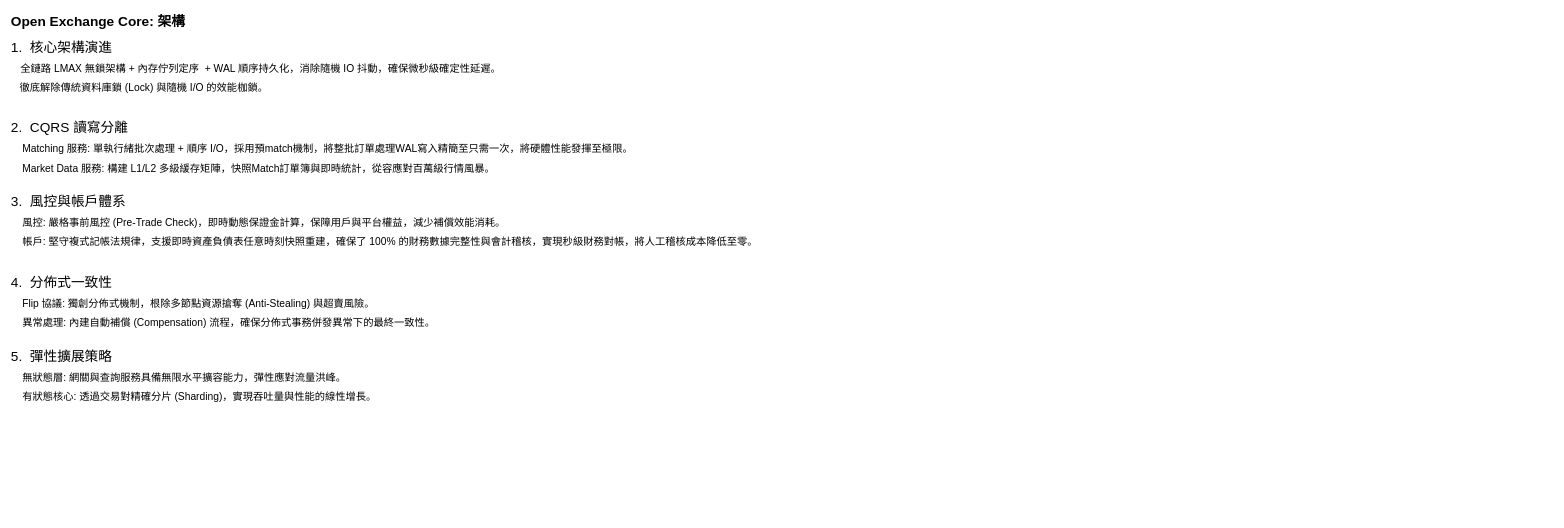
Earlier version of the draw.io diagram doc/架構PTT.drawio (vincentf13/open.vincentf13). Source tidied: cells renumbered, new cells numbered last; positions are measured from the earlier drawing's top-left corner, leaving out a move shared by most shapes. Both pictures are drawn from the tidied source at 57%, with x=0, y=0 at pixel (10, 10).
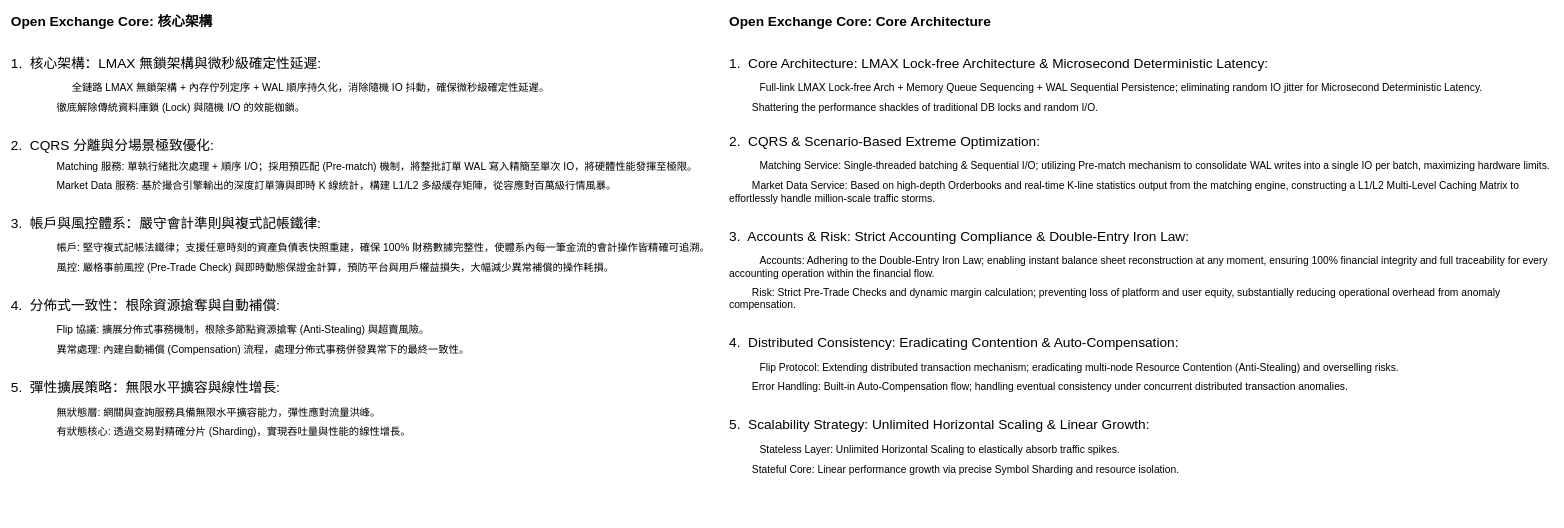
After the change.

The edit, as a diff of the source:
```diff
@@
 <mxGraphModel>
   <root>
     <mxCell id="0" />
     <mxCell id="1" parent="0" />
-    <mxCell id="2" value="&lt;h1 style=&quot;margin-top: 0px;&quot;&gt;Open Exchange Core: 架構&lt;/h1&gt;&lt;p&gt;&lt;font style=&quot;font-size: 24px;&quot;&gt;1.&amp;nbsp; 核心架構演進&lt;/font&gt;&lt;/p&gt;&lt;p&gt;&amp;nbsp; &amp;nbsp; &amp;nbsp;&lt;span style=&quot;font-size: 18px; background-color: transparent; color: light-dark(rgb(0, 0, 0), rgb(255, 255, 255));&quot;&gt;全鏈路 LMAX 無鎖架構 +&amp;nbsp;內存佇列定序 &amp;nbsp;+ WAL 順序持久化，消除隨機 IO 抖動，確保微秒級確定性延遲。&amp;nbsp; &amp;nbsp;&amp;nbsp;&lt;/span&gt;&lt;/p&gt;&lt;p&gt;&lt;span style=&quot;font-size: 18px;&quot;&gt;&amp;nbsp; &amp;nbsp;徹底解除傳統資料庫鎖 (Lock) 與隨機 I/O 的效能枷鎖。&lt;/span&gt;&lt;span style=&quot;font-size: 18px; background-color: transparent; color: light-dark(rgb(0, 0, 0), rgb(255, 255, 255));&quot;&gt;&lt;/span&gt;&lt;/p&gt;&lt;p&gt;&lt;font style=&quot;font-size: 18px;&quot;&gt;&lt;br&gt;&lt;/font&gt;&lt;/p&gt;&lt;p&gt;&lt;font style=&quot;font-size: 24px;&quot;&gt;2.&amp;nbsp; CQRS 讀寫分離&lt;/font&gt;&lt;/p&gt;&lt;p&gt;&lt;font style=&quot;font-size: 18px;&quot;&gt;&amp;nbsp; &amp;nbsp; Matching 服務: 單執行緒批次處理 + 順序 I/O，採用預match機制，將整批訂單處理WAL寫入精簡至只需一次，將硬體性能發揮至極限。&lt;/font&gt;&lt;/p&gt;&lt;p&gt;&lt;font style=&quot;font-size: 18px;&quot;&gt;&amp;nbsp; &amp;nbsp; Market Data 服務: 構建 L1/L2 多級緩存矩陣，快照Match訂單簿與即時統計，從容應對百萬級行情風暴。&lt;br&gt;&lt;br&gt;&lt;/font&gt;&lt;/p&gt;&lt;p&gt;&lt;font style=&quot;font-size: 24px;&quot;&gt;3.&amp;nbsp; 風控與帳戶體系&lt;/font&gt;&lt;/p&gt;&lt;p&gt;&lt;font style=&quot;font-size: 18px;&quot;&gt;&amp;nbsp; &amp;nbsp; 風控: 嚴格事前風控 (Pre-Trade Check)，即時動態保證金計算，保障用戶與平台權益，減少補償效能消耗。&lt;/font&gt;&lt;/p&gt;&lt;p&gt;&lt;font style=&quot;font-size: 18px;&quot;&gt;&amp;nbsp; &amp;nbsp; 帳戶: 堅守複式記帳法規律，支援即時資產負債表任意&lt;/font&gt;&lt;font style=&quot;font-size: 18px;&quot;&gt;&lt;font style=&quot;&quot;&gt;時刻快照重建，&lt;/font&gt;&lt;span style=&quot;text-indent: -14.2pt; background-color: transparent; color: light-dark(rgb(0, 0, 0), rgb(255, 255, 255)); font-family: 微軟正黑體, sans-serif;&quot;&gt;確保了&lt;span lang=&quot;EN-US&quot;&gt; 100% &lt;/span&gt;的財務數據完整性與會計稽核，實現秒級財務對帳，將人工稽核成本降低至零&lt;/span&gt;&lt;span style=&quot;background-color: transparent; color: light-dark(rgb(0, 0, 0), rgb(255, 255, 255));&quot;&gt;。&lt;/span&gt;&lt;/font&gt;&lt;/p&gt;&lt;p&gt;&lt;font style=&quot;font-size: 18px;&quot;&gt;&lt;br&gt;&lt;/font&gt;&lt;/p&gt;&lt;p&gt;&lt;font style=&quot;font-size: 24px;&quot;&gt;4.&amp;nbsp; 分佈式一致性&lt;/font&gt;&lt;/p&gt;&lt;p&gt;&lt;font style=&quot;font-size: 18px;&quot;&gt;&amp;nbsp; &amp;nbsp; Flip 協議: 獨創分佈式機制，根除多節點資源搶奪 (Anti-Stealing) 與超賣風險。&lt;/font&gt;&lt;/p&gt;&lt;p&gt;&lt;font style=&quot;font-size: 18px;&quot;&gt;&amp;nbsp; &amp;nbsp; 異常處理: 內建自動補償 (Compensation) 流程，確保分佈式事務併發異常下的最終一致性。&lt;br&gt;&lt;br&gt;&lt;/font&gt;&lt;/p&gt;&lt;p&gt;&lt;font style=&quot;font-size: 24px;&quot;&gt;5.&amp;nbsp; 彈性擴展策略&lt;/font&gt;&lt;/p&gt;&lt;p&gt;&lt;font style=&quot;font-size: 18px;&quot;&gt;&amp;nbsp; &amp;nbsp; 無狀態層: 網關與查詢服務具備無限水平擴容能力，彈性應對流量洪峰。&lt;/font&gt;&lt;/p&gt;&lt;p&gt;&lt;font style=&quot;font-size: 18px;&quot;&gt;&amp;nbsp; &amp;nbsp; 有狀態核心: 透過交易對精確分片 (Sharding)，實現吞吐量與性能的線性增長。&lt;/font&gt;&lt;/p&gt;" style="text;html=1;whiteSpace=wrap;overflow=hidden;rounded=0;" parent="1" vertex="1">
+    <mxCell id="2" value="&lt;h1 style=&quot;margin-top: 0px;&quot;&gt;Open Exchange Core: 核心架構&lt;br&gt;&lt;br&gt;&lt;/h1&gt;&lt;p&gt;&lt;span style=&quot;font-size: 24px;&quot;&gt;1.&amp;nbsp; 核心架構：LMAX 無鎖架構與微秒級確定性延遲:&lt;/span&gt;&lt;/p&gt;&lt;p&gt;&lt;span style=&quot;white-space: normal;&quot;&gt;&lt;span style=&quot;font-size: 24px; white-space: pre;&quot;&gt;&#9;&#9;&lt;/span&gt;&lt;font style=&quot;font-size: 18px;&quot;&gt;全鏈路 LMAX 無鎖架構 + 內存佇列定序 + WAL 順序持久化，消除隨機 IO 抖動，確保微秒級確定性延遲。&lt;/font&gt;&lt;/span&gt;&lt;/p&gt;&lt;p&gt;&lt;span style=&quot;white-space: normal;&quot;&gt;&lt;font style=&quot;font-size: 18px;&quot;&gt;&lt;span style=&quot;white-space: pre;&quot;&gt;&#9;&#9;&lt;/span&gt;徹底解除傳統資料庫鎖 (Lock) 與隨機 I/O 的效能枷鎖。&lt;/font&gt;&lt;/span&gt;&lt;/p&gt;&lt;p&gt;&lt;span style=&quot;font-size: 24px;&quot;&gt;&lt;br&gt;2.&amp;nbsp; CQRS 分離與分場景極致優化:&lt;/span&gt;&lt;/p&gt;&lt;p&gt;&lt;span style=&quot;white-space: normal;&quot;&gt;&lt;font style=&quot;font-size: 18px;&quot;&gt;&lt;span style=&quot;white-space: pre;&quot;&gt;&#9;&#9;&lt;/span&gt;Matching 服務: 單執行緒批次處理 + 順序 I/O；採用預匹配 (Pre-match) 機制，將整批訂單 WAL 寫入精簡至單次 IO，將硬體性能發揮至極限。&lt;/font&gt;&lt;/span&gt;&lt;/p&gt;&lt;p&gt;&lt;span style=&quot;white-space: normal;&quot;&gt;&lt;font style=&quot;font-size: 18px;&quot;&gt;&lt;span style=&quot;white-space: pre;&quot;&gt;&#9;&#9;&lt;/span&gt;Market Data 服務: 基於撮合引擎輸出的深度訂單簿與即時 K 線統計，&lt;/font&gt;&lt;/span&gt;&lt;span style=&quot;font-size: 18px; background-color: transparent; color: light-dark(rgb(0, 0, 0), rgb(255, 255, 255));&quot;&gt;構建 L1/L2 多級緩存矩陣&lt;/span&gt;&lt;span style=&quot;font-size: 18px; background-color: transparent; color: light-dark(rgb(0, 0, 0), rgb(255, 255, 255));&quot;&gt;，從容應對百萬級行情風暴。&lt;/span&gt;&lt;/p&gt;&lt;p&gt;&lt;span style=&quot;font-size: 24px;&quot;&gt;&lt;br&gt;3.&amp;nbsp; 帳戶與風控體系：嚴守會計準則與複式記帳鐵律:&lt;/span&gt;&lt;/p&gt;&lt;p&gt;&lt;span style=&quot;white-space: normal;&quot;&gt;&lt;span style=&quot;white-space: pre;&quot;&gt;&lt;span style=&quot;font-size: 24px;&quot;&gt;&#9;&lt;/span&gt;&lt;font style=&quot;font-size: 18px;&quot;&gt;&#9;&lt;/font&gt;&lt;/span&gt;&lt;font style=&quot;font-size: 18px;&quot;&gt;帳戶: 堅守複式記帳法鐵律；支援任意時刻的資產負債表快照重建，確保 100% 財務數據完整性，使體系內每一筆金流的會計操作皆精確可追溯。&lt;/font&gt;&lt;/span&gt;&lt;/p&gt;&lt;p&gt;&lt;span style=&quot;white-space: normal;&quot;&gt;&lt;font style=&quot;font-size: 18px;&quot;&gt;&lt;span style=&quot;white-space: pre;&quot;&gt;&#9;&#9;&lt;/span&gt;風控: 嚴格事前風控 (Pre-Trade Check) 與即時動態保證金計算，預防平台與用戶權益損失，大幅減少異常補償的操作耗損。&lt;/font&gt;&lt;/span&gt;&lt;/p&gt;&lt;p&gt;&lt;span style=&quot;font-size: 24px;&quot;&gt;&lt;br&gt;4.&amp;nbsp; 分佈式一致性：根除資源搶奪與自動補償:&lt;/span&gt;&lt;/p&gt;&lt;p&gt;&lt;span style=&quot;white-space: normal;&quot;&gt;&lt;span style=&quot;white-space: pre;&quot;&gt;&lt;span style=&quot;font-size: 24px;&quot;&gt;&#9;&lt;/span&gt;&lt;font style=&quot;font-size: 18px;&quot;&gt;&#9;&lt;/font&gt;&lt;/span&gt;&lt;font style=&quot;font-size: 18px;&quot;&gt;Flip 協議: 擴展分佈式事務機制，根除多節點資源搶奪 (Anti-Stealing) 與超賣風險。&lt;/font&gt;&lt;/span&gt;&lt;/p&gt;&lt;p&gt;&lt;span style=&quot;white-space: normal;&quot;&gt;&lt;font style=&quot;font-size: 18px;&quot;&gt;&lt;span style=&quot;white-space: pre;&quot;&gt;&#9;&#9;&lt;/span&gt;異常處理: 內建自動補償 (Compensation) 流程，處理分佈式事務併發異常下的最終一致性。&lt;/font&gt;&lt;/span&gt;&lt;/p&gt;&lt;p&gt;&lt;span style=&quot;font-size: 24px;&quot;&gt;&lt;br&gt;5.&amp;nbsp; 彈性擴展策略：無限水平擴容與線性增長:&lt;/span&gt;&lt;/p&gt;&lt;p&gt;&lt;span style=&quot;white-space: normal;&quot;&gt;&lt;span style=&quot;white-space: pre;&quot;&gt;&lt;span style=&quot;font-size: 24px;&quot;&gt;&#9;&lt;/span&gt;&lt;font style=&quot;font-size: 18px;&quot;&gt;&#9;&lt;/font&gt;&lt;/span&gt;&lt;font style=&quot;font-size: 18px;&quot;&gt;無狀態層: 網關與查詢服務具備無限水平擴容能力，彈性應對流量洪峰。&lt;/font&gt;&lt;/span&gt;&lt;/p&gt;&lt;p&gt;&lt;span style=&quot;white-space: normal;&quot;&gt;&lt;font style=&quot;font-size: 18px;&quot;&gt;&lt;span style=&quot;white-space: pre;&quot;&gt;&#9;&#9;&lt;/span&gt;有狀態核心: 透過交易對精確分片 (Sharding)，實現吞吐量與性能的線性增長。&lt;/font&gt;&lt;/span&gt;&lt;/p&gt;" style="text;html=1;whiteSpace=wrap;overflow=hidden;rounded=0;" parent="1" vertex="1">
       <mxGeometry width="1450" height="790" as="geometry" />
     </mxCell>
+    <mxCell id="3" value="&lt;h1 style=&quot;margin-top: 0px;&quot;&gt;Open Exchange Core: Core Architecture&lt;br&gt;&lt;br&gt;&lt;/h1&gt;&lt;p&gt;&lt;span style=&quot;font-size: 24px;&quot;&gt;1.&amp;nbsp; Core Architecture: LMAX Lock-free Architecture &amp;amp; Microsecond Deterministic Latency:&lt;/span&gt;&lt;/p&gt;&lt;p&gt;&lt;span style=&quot;white-space: normal;&quot;&gt;&lt;span style=&quot;font-size: 24px; white-space: pre;&quot;&gt;&#9;&lt;/span&gt;&lt;font style=&quot;font-size: 18px;&quot;&gt;Full-link LMAX Lock-free Arch + Memory Queue Sequencing + WAL Sequential Persistence; eliminating random IO jitter for Microsecond Deterministic Latency.&lt;/font&gt;&lt;/span&gt;&lt;/p&gt;&lt;p&gt;&lt;span style=&quot;white-space: normal;&quot;&gt;&lt;font style=&quot;font-size: 18px;&quot;&gt;&lt;span style=&quot;white-space: pre;&quot;&gt;&#9;&lt;/span&gt;Shattering the performance shackles of traditional DB locks and random I/O.&lt;br&gt;&lt;br&gt;&lt;/font&gt;&lt;/span&gt;&lt;/p&gt;&lt;p&gt;&lt;span style=&quot;font-size: 24px;&quot;&gt;2.&amp;nbsp; CQRS &amp;amp; Scenario-Based Extreme Optimization:&lt;/span&gt;&lt;/p&gt;&lt;p&gt;&lt;span style=&quot;white-space: normal;&quot;&gt;&lt;span style=&quot;white-space: pre;&quot;&gt;&lt;span style=&quot;font-size: 24px;&quot;&gt;&#9;&lt;/span&gt;&lt;/span&gt;&lt;font style=&quot;font-size: 18px;&quot;&gt;Matching Service: Single-threaded batching &amp;amp; Sequential I/O; utilizing Pre-match mechanism to consolidate WAL writes into a single IO per batch, maximizing hardware limits.&lt;/font&gt;&lt;/span&gt;&lt;/p&gt;&lt;p&gt;&lt;span style=&quot;white-space: normal;&quot;&gt;&lt;font style=&quot;font-size: 18px;&quot;&gt;&lt;span style=&quot;white-space: pre;&quot;&gt;&#9;&lt;/span&gt;Market Data Service: Based on high-depth Orderbooks and real-time K-line statistics output from the matching engine, constructing a L1/L2 Multi-Level Caching Matrix to effortlessly handle million-scale traffic storms.&lt;/font&gt;&lt;/span&gt;&lt;/p&gt;&lt;p&gt;&lt;span style=&quot;font-size: 24px;&quot;&gt;&lt;br&gt;3.&amp;nbsp; Accounts &amp;amp; Risk: Strict Accounting Compliance &amp;amp; Double-Entry Iron Law:&lt;/span&gt;&lt;/p&gt;&lt;p&gt;&lt;span style=&quot;white-space: normal;&quot;&gt;&lt;span style=&quot;white-space: pre;&quot;&gt;&lt;span style=&quot;font-size: 24px;&quot;&gt;&#9;&lt;/span&gt;&lt;/span&gt;&lt;font style=&quot;font-size: 18px;&quot;&gt;Accounts: Adhering to the Double-Entry Iron Law; enabling instant balance sheet reconstruction at any moment, ensuring 100% financial integrity and full traceability for every accounting operation within the financial flow.&lt;/font&gt;&lt;/span&gt;&lt;/p&gt;&lt;p&gt;&lt;span style=&quot;white-space: normal;&quot;&gt;&lt;font style=&quot;font-size: 18px;&quot;&gt;&lt;span style=&quot;white-space: pre;&quot;&gt;&#9;&lt;/span&gt;Risk: Strict Pre-Trade Checks and dynamic margin calculation; preventing loss of platform and user equity, substantially reducing operational overhead from anomaly compensation.&lt;/font&gt;&lt;/span&gt;&lt;/p&gt;&lt;p&gt;&lt;span style=&quot;font-size: 24px;&quot;&gt;&lt;br&gt;4.&amp;nbsp; Distributed Consistency: Eradicating Contention &amp;amp; Auto-Compensation:&lt;/span&gt;&lt;/p&gt;&lt;p&gt;&lt;span style=&quot;white-space: normal;&quot;&gt;&lt;span style=&quot;font-size: 24px; white-space: pre;&quot;&gt;&#9;&lt;/span&gt;&lt;font style=&quot;font-size: 18px;&quot;&gt;Flip Protocol: Extending distributed transaction mechanism; eradicating multi-node Resource Contention (Anti-Stealing) and overselling risks.&lt;/font&gt;&lt;/span&gt;&lt;/p&gt;&lt;p&gt;&lt;span style=&quot;white-space: normal;&quot;&gt;&lt;font style=&quot;font-size: 18px;&quot;&gt;&lt;span style=&quot;white-space: pre;&quot;&gt;&#9;&lt;/span&gt;Error Handling: Built-in Auto-Compensation flow; handling eventual consistency under concurrent distributed transaction anomalies.&lt;/font&gt;&lt;/span&gt;&lt;/p&gt;&lt;p&gt;&lt;span style=&quot;font-size: 24px;&quot;&gt;&lt;br&gt;5.&amp;nbsp; Scalability Strategy: Unlimited Horizontal Scaling &amp;amp; Linear Growth:&lt;/span&gt;&lt;/p&gt;&lt;p&gt;&lt;span style=&quot;white-space: normal;&quot;&gt;&lt;span style=&quot;font-size: 24px; white-space: pre;&quot;&gt;&#9;&lt;/span&gt;&lt;font style=&quot;font-size: 18px;&quot;&gt;Stateless Layer: Unlimited Horizontal Scaling to elastically absorb traffic spikes.&lt;/font&gt;&lt;/span&gt;&lt;/p&gt;&lt;p&gt;&lt;span style=&quot;white-space: normal;&quot;&gt;&lt;font style=&quot;font-size: 18px;&quot;&gt;&lt;span style=&quot;white-space: pre;&quot;&gt;&#9;&lt;/span&gt;Stateful Core: Linear performance growth via precise Symbol Sharding and resource isolation.&lt;/font&gt;&lt;/span&gt;&lt;/p&gt;" style="text;html=1;whiteSpace=wrap;overflow=hidden;rounded=0;" parent="1" vertex="1">
+      <mxGeometry x="1260" width="1450" height="890" as="geometry" />
+    </mxCell>
   </root>
 </mxGraphModel>
```
